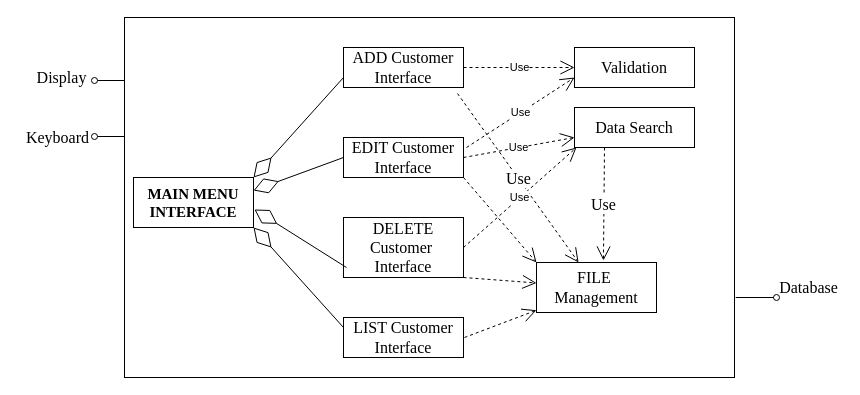
This is Untitled Diagram.drawio from francis-job/jarvis, a draw.io file, before an edit. Source tidied: cells renumbered, new cells numbered last; positions are measured from the earlier drawing's top-left corner, leaving out a move shared by most shapes. Both pictures are drawn from the tidied source at 100%, with x=0, y=0 at pixel (17, 17).
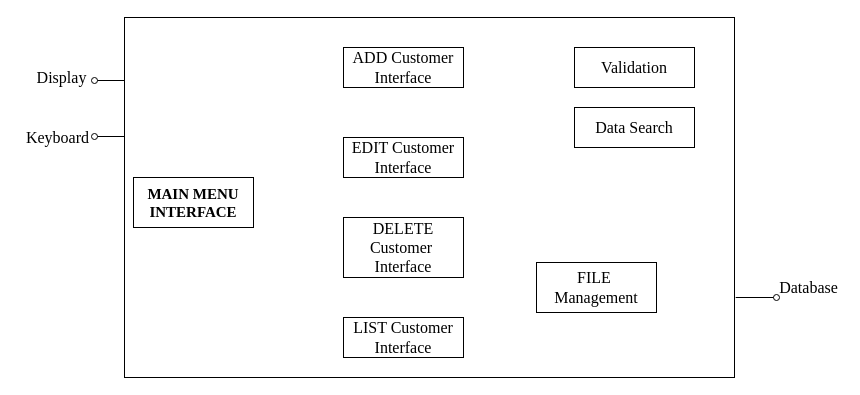
Above is the later version.

Unchanged cells that the change refers to:
```xml
<mxCell id="3" value="&lt;font style=&quot;font-size: 15px&quot;&gt;MAIN MENU INTERFACE&lt;/font&gt;" style="rounded=0;whiteSpace=wrap;html=1;fontFamily=Times New Roman;fontStyle=1;" parent="1" vertex="1">
  <mxGeometry x="116" y="160" width="120" height="50" as="geometry" />
</mxCell>
<mxCell id="4" value="ADD Customer&lt;br&gt;Interface" style="rounded=0;whiteSpace=wrap;html=1;fontFamily=Times New Roman;fontSize=16;" parent="1" vertex="1">
  <mxGeometry x="326" y="30" width="120" height="40" as="geometry" />
</mxCell>
<mxCell id="5" value="&lt;font style=&quot;font-size: 16px&quot;&gt;EDIT Customer&lt;br&gt;Interface&lt;/font&gt;" style="rounded=0;whiteSpace=wrap;html=1;fontFamily=Times New Roman;" parent="1" vertex="1">
  <mxGeometry x="326" y="120" width="120" height="40" as="geometry" />
</mxCell>
<mxCell id="6" value="&lt;font style=&quot;font-size: 16px&quot;&gt;LIST Customer&lt;br&gt;Interface&lt;/font&gt;" style="rounded=0;whiteSpace=wrap;html=1;fontFamily=Times New Roman;" parent="1" vertex="1">
  <mxGeometry x="326" y="300" width="120" height="40" as="geometry" />
</mxCell>
<mxCell id="7" value="&lt;font style=&quot;font-size: 16px&quot;&gt;DELETE Customer&amp;nbsp;&lt;br&gt;Interface&lt;/font&gt;" style="rounded=0;whiteSpace=wrap;html=1;fontFamily=Times New Roman;" parent="1" vertex="1">
  <mxGeometry x="326" y="200" width="120" height="60" as="geometry" />
</mxCell>
<mxCell id="8" value="Validation" style="rounded=0;whiteSpace=wrap;html=1;fontFamily=Times New Roman;fontSize=16;" parent="1" vertex="1">
  <mxGeometry x="557" y="30" width="120" height="40" as="geometry" />
</mxCell>
<mxCell id="9" value="Data Search" style="rounded=0;whiteSpace=wrap;html=1;fontFamily=Times New Roman;fontSize=16;" parent="1" vertex="1">
  <mxGeometry x="557" y="90" width="120" height="40" as="geometry" />
</mxCell>
<mxCell id="10" value="FILE&amp;nbsp; Management" style="rounded=0;whiteSpace=wrap;html=1;fontFamily=Times New Roman;fontSize=16;" parent="1" vertex="1">
  <mxGeometry x="519" y="245" width="120" height="50" as="geometry" />
</mxCell>
```

The edit, as a diff of the source:
```diff
@@
-    <mxCell id="11" style="endArrow=open;endSize=12;dashed=1;html=1;fontFamily=Times New Roman;fontSize=16;exitX=0.95;exitY=1.15;exitDx=0;exitDy=0;exitPerimeter=0;" parent="1" edge="1" target="10">
-      <mxGeometry relative="1" as="geometry">
-        <mxPoint x="447" y="320" as="sourcePoint" />
-      </mxGeometry>
-    </mxCell>
@@
-    <mxCell id="18" style="endArrow=open;endSize=12;dashed=1;html=1;fontFamily=Times New Roman;fontSize=16;exitX=1;exitY=1;exitDx=0;exitDy=0;entryX=0;entryY=0;entryDx=0;entryDy=0;" parent="1" edge="1" source="5" target="10">
-      <mxGeometry relative="1" as="geometry" />
-    </mxCell>
-    <mxCell id="19" style="endArrow=open;endSize=12;dashed=1;html=1;fontFamily=Times New Roman;fontSize=16;exitX=1;exitY=1;exitDx=0;exitDy=0;" parent="1" edge="1" source="7" target="10">
-      <mxGeometry relative="1" as="geometry" />
-    </mxCell>
-    <mxCell id="20" value="Use" style="endArrow=open;endSize=12;dashed=1;html=1;fontFamily=Times New Roman;fontSize=16;exitX=0.25;exitY=1;exitDx=0;exitDy=0;entryX=0.558;entryY=-0.04;entryDx=0;entryDy=0;entryPerimeter=0;" parent="1" edge="1" source="9" target="10">
-      <mxGeometry relative="1" as="geometry" />
-    </mxCell>
-    <mxCell id="21" value="Use" style="endArrow=open;endSize=12;dashed=1;html=1;fontFamily=Times New Roman;fontSize=16;exitX=0.95;exitY=1.15;exitDx=0;exitDy=0;exitPerimeter=0;" parent="1" edge="1" source="4" target="10">
-      <mxGeometry relative="1" as="geometry" />
-    </mxCell>
-    <mxCell id="22" style="endArrow=diamondThin;endFill=0;endSize=24;html=1;exitX=0;exitY=0.75;exitDx=0;exitDy=0;entryX=1;entryY=0;entryDx=0;entryDy=0;" parent="1" edge="1" source="4" target="3">
-      <mxGeometry relative="1" as="geometry" />
-    </mxCell>
-    <mxCell id="23" style="endArrow=diamondThin;endFill=0;endSize=24;html=1;exitX=0;exitY=0.5;exitDx=0;exitDy=0;" parent="1" edge="1" source="5">
-      <mxGeometry relative="1" as="geometry">
-        <mxPoint x="236" y="173" as="targetPoint" />
-      </mxGeometry>
-    </mxCell>
-    <mxCell id="24" style="endArrow=diamondThin;endFill=0;endSize=24;html=1;entryX=1.008;entryY=0.64;entryDx=0;entryDy=0;entryPerimeter=0;" parent="1" edge="1" target="3">
-      <mxGeometry relative="1" as="geometry">
-        <mxPoint x="329" y="250" as="sourcePoint" />
-      </mxGeometry>
-    </mxCell>
-    <mxCell id="25" style="endArrow=diamondThin;endFill=0;endSize=24;html=1;entryX=1;entryY=1;entryDx=0;entryDy=0;exitX=0;exitY=0.25;exitDx=0;exitDy=0;" parent="1" edge="1" source="6" target="3">
-      <mxGeometry relative="1" as="geometry" />
-    </mxCell>
-    <mxCell id="26" value="Use" style="endArrow=open;endSize=12;dashed=1;html=1;entryX=0;entryY=0.5;entryDx=0;entryDy=0;exitX=1;exitY=0.5;exitDx=0;exitDy=0;" parent="1" edge="1" source="4" target="8">
-      <mxGeometry relative="1" as="geometry" />
-    </mxCell>
-    <mxCell id="27" value="Use" style="endArrow=open;endSize=12;dashed=1;html=1;entryX=0;entryY=0.75;entryDx=0;entryDy=0;" parent="1" edge="1" target="8">
-      <mxGeometry relative="1" as="geometry">
-        <mxPoint x="449" y="130" as="sourcePoint" />
-      </mxGeometry>
-    </mxCell>
-    <mxCell id="28" value="Use" style="endArrow=open;endSize=12;dashed=1;html=1;exitX=1;exitY=0.5;exitDx=0;exitDy=0;entryX=0;entryY=0.75;entryDx=0;entryDy=0;" parent="1" edge="1" source="5" target="9">
-      <mxGeometry relative="1" as="geometry" />
-    </mxCell>
-    <mxCell id="29" value="Use" style="endArrow=open;endSize=12;dashed=1;html=1;exitX=1;exitY=0.5;exitDx=0;exitDy=0;" parent="1" edge="1" source="7">
-      <mxGeometry relative="1" as="geometry">
-        <mxPoint x="559" y="130" as="targetPoint" />
-      </mxGeometry>
-    </mxCell>
```
